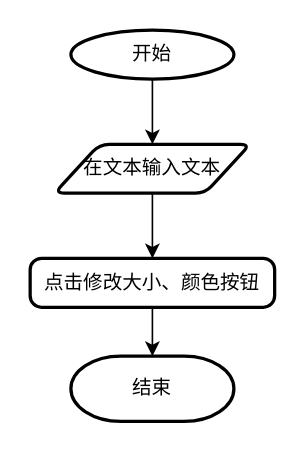
Earlier version of the draw.io diagram Untitled Diagram.drawio (xq-qian/liuchengtu). Source tidied: cells renumbered, new cells numbered last; positions are measured from the earlier drawing's top-left corner, leaving out a move shared by most shapes. Both pictures are drawn from the tidied source at 163%, with x=0, y=0 at pixel (29, 29).
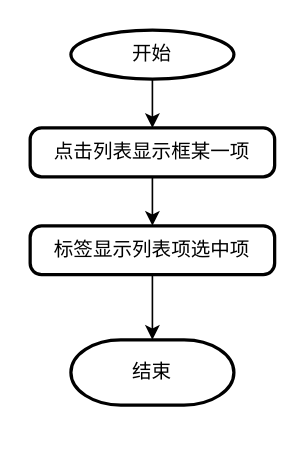
After the change.

Diff of the diagram source:
```diff
@@
 <mxGraphModel>
   <root>
     <mxCell id="0" />
     <mxCell id="1" parent="0" />
-    <mxCell id="2" style="edgeStyle=orthogonalEdgeStyle;rounded=0;jettySize=auto;html=1;entryX=0.5;entryY=0;entryDx=0;entryDy=0;" parent="1" edge="1" source="3" target="7">
-      <mxGeometry relative="1" as="geometry" />
-    </mxCell>
+    <mxCell id="9" style="edgeStyle=orthogonalEdgeStyle;rounded=0;jettySize=auto;html=1;" parent="1" edge="1" source="3" target="5">
+      <mxGeometry relative="1" as="geometry" />
+    </mxCell>
     <mxCell id="3" value="开始" style="strokeWidth=2;html=1;shape=mxgraph.flowchart.start_1;whiteSpace=wrap;" parent="1" vertex="1">
       <mxGeometry x="25" width="100" height="30" as="geometry" />
     </mxCell>
-    <mxCell id="4" style="edgeStyle=orthogonalEdgeStyle;rounded=0;jettySize=auto;html=1;entryX=0.5;entryY=0;entryDx=0;entryDy=0;entryPerimeter=0;" parent="1" edge="1" source="5" target="8">
-      <mxGeometry relative="1" as="geometry" />
-    </mxCell>
+    <mxCell id="10" style="edgeStyle=orthogonalEdgeStyle;rounded=0;jettySize=auto;html=1;entryX=0.5;entryY=0;entryDx=0;entryDy=0;" parent="1" edge="1" source="5" target="12">
+      <mxGeometry relative="1" as="geometry" />
+    </mxCell>
-    <mxCell id="5" value="点击修改大小、颜色按钮" style="rounded=1;whiteSpace=wrap;html=1;absoluteArcSize=1;arcSize=14;strokeWidth=2;" parent="1" vertex="1">
-      <mxGeometry y="140" width="150" height="30" as="geometry" />
+    <mxCell id="5" value="点击列表显示框某一项" style="rounded=1;whiteSpace=wrap;html=1;absoluteArcSize=1;arcSize=14;strokeWidth=2;" parent="1" vertex="1">
+      <mxGeometry y="60" width="150" height="30" as="geometry" />
     </mxCell>
-    <mxCell id="6" style="edgeStyle=orthogonalEdgeStyle;rounded=0;jettySize=auto;html=1;entryX=0.5;entryY=0;entryDx=0;entryDy=0;" parent="1" edge="1" source="7" target="5">
-      <mxGeometry relative="1" as="geometry" />
-    </mxCell>
-    <mxCell id="7" value="在文本输入文本" style="shape=parallelogram;html=1;strokeWidth=2;perimeter=parallelogramPerimeter;whiteSpace=wrap;rounded=1;arcSize=12;size=0.23;" parent="1" vertex="1">
-      <mxGeometry x="15" y="70" width="120" height="30" as="geometry" />
-    </mxCell>
     <mxCell id="8" value="结束" style="strokeWidth=2;html=1;shape=mxgraph.flowchart.terminator;whiteSpace=wrap;" parent="1" vertex="1">
-      <mxGeometry x="25" y="200" width="100" height="40" as="geometry" />
+      <mxGeometry x="25" y="190" width="100" height="40" as="geometry" />
     </mxCell>
+    <mxCell id="11" style="edgeStyle=orthogonalEdgeStyle;rounded=0;jettySize=auto;html=1;" parent="1" edge="1" source="12" target="8">
+      <mxGeometry relative="1" as="geometry" />
+    </mxCell>
+    <mxCell id="12" value="标签显示列表项选中项" style="rounded=1;whiteSpace=wrap;html=1;absoluteArcSize=1;arcSize=14;strokeWidth=2;" parent="1" vertex="1">
+      <mxGeometry y="120" width="150" height="30" as="geometry" />
+    </mxCell>
   </root>
 </mxGraphModel>
```
